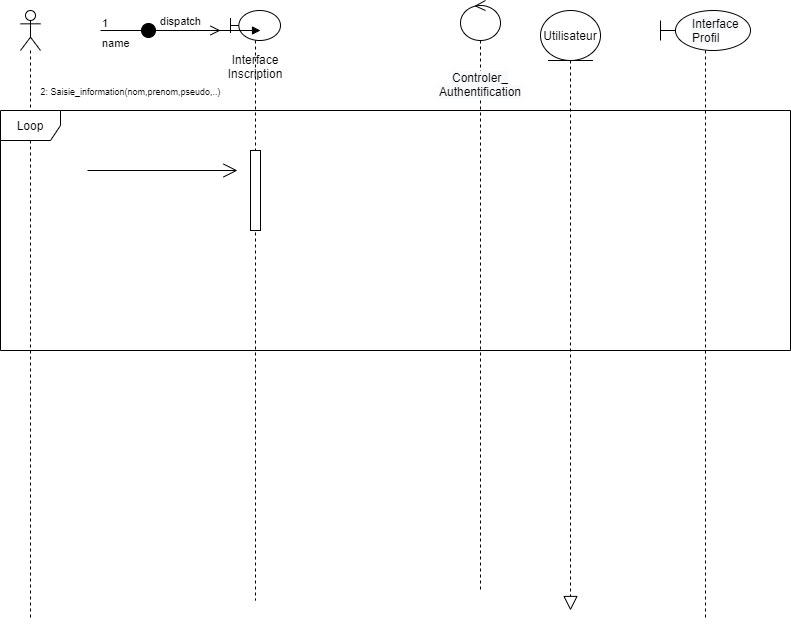
Before: Authentification.png, a diagram exported from draw.io (SarraISMAIL/ScrapeIT). Source tidied: cells renumbered, new cells last; positions are measured from the earlier drawing's top-left corner, leaving out a move shared by most shapes.
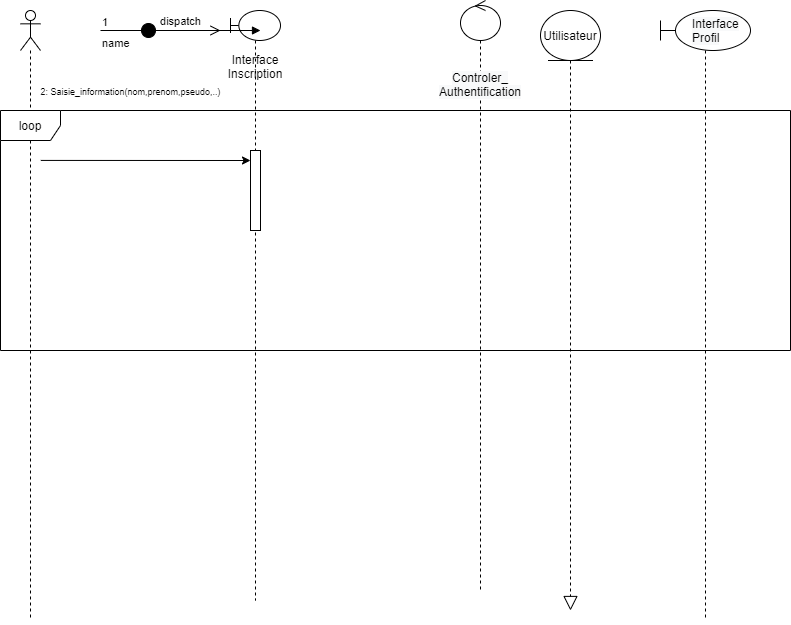
The same diagram one commit later.

What changed in the source:
```diff
@@ -31,7 +31,7 @@
     <mxCell id="10" value="&lt;span style=&quot;color: rgb(0, 0, 0); font-size: 12px; font-style: normal; font-weight: 400; letter-spacing: normal; text-align: center; text-indent: 0px; text-transform: none; word-spacing: 0px; font-family: helvetica; background-color: rgb(248, 249, 250); display: inline; float: none;&quot;&gt;Interface Profil&lt;/span&gt;&lt;br style=&quot;color: rgb(0, 0, 0); font-size: 12px; font-style: normal; font-weight: 400; letter-spacing: normal; text-align: center; text-indent: 0px; text-transform: none; word-spacing: 0px; font-family: helvetica; background-color: rgb(248, 249, 250);&quot;&gt;&lt;br style=&quot;color: rgb(0, 0, 0); font-size: 12px; font-style: normal; font-weight: 400; letter-spacing: normal; text-align: center; text-indent: 0px; text-transform: none; word-spacing: 0px; font-family: helvetica; background-color: rgb(248, 249, 250);&quot;&gt;" style="text;whiteSpace=wrap;html=1;" parent="9" vertex="1">
       <mxGeometry x="30" width="70" height="50" as="geometry" />
     </mxCell>
-    <mxCell id="11" value="Loop" style="shape=umlFrame;whiteSpace=wrap;html=1;" parent="1" vertex="1">
+    <mxCell id="11" value="loop" style="shape=umlFrame;whiteSpace=wrap;html=1;" parent="1" vertex="1">
       <mxGeometry y="110" width="790" height="240" as="geometry" />
     </mxCell>
     <mxCell id="12" value="name" style="endArrow=block;endFill=1;html=1;edgeStyle=orthogonalEdgeStyle;align=left;verticalAlign=top;" parent="1" edge="1">
@@ -49,11 +49,10 @@
         <mxPoint x="220" y="30" as="targetPoint" />
       </mxGeometry>
     </mxCell>
-    <mxCell id="15" style="endArrow=open;endFill=1;endSize=12;html=1;" parent="1" edge="1">
-      <mxGeometry relative="1" as="geometry">
-        <mxPoint x="87" y="170" as="sourcePoint" />
-        <mxPoint x="237" y="170" as="targetPoint" />
-      </mxGeometry>
-    </mxCell>
+    <mxCell id="16" style="endArrow=classic;html=1;exitX=0.051;exitY=0.208;exitDx=0;exitDy=0;exitPerimeter=0;" parent="1" edge="1" source="11">
+      <mxGeometry relative="1" as="geometry">
+        <mxPoint x="250" y="160" as="targetPoint" />
+      </mxGeometry>
+    </mxCell>
   </root>
 </mxGraphModel>
```
